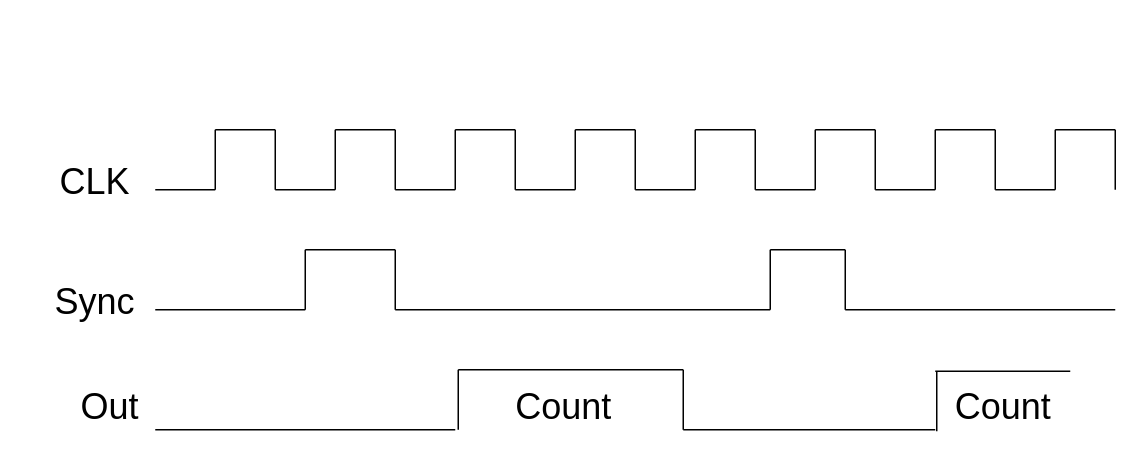
Above: Diagrams/syncs.drawio in sabarioded/Patterns_Project (draw.io), before the change. Source tidied: cells renumbered, new cells numbered last; positions are measured from the earlier drawing's top-left corner, leaving out a move shared by most shapes. Both pictures are drawn from the tidied source at 150%, with x=0, y=0 at pixel (50, 129).
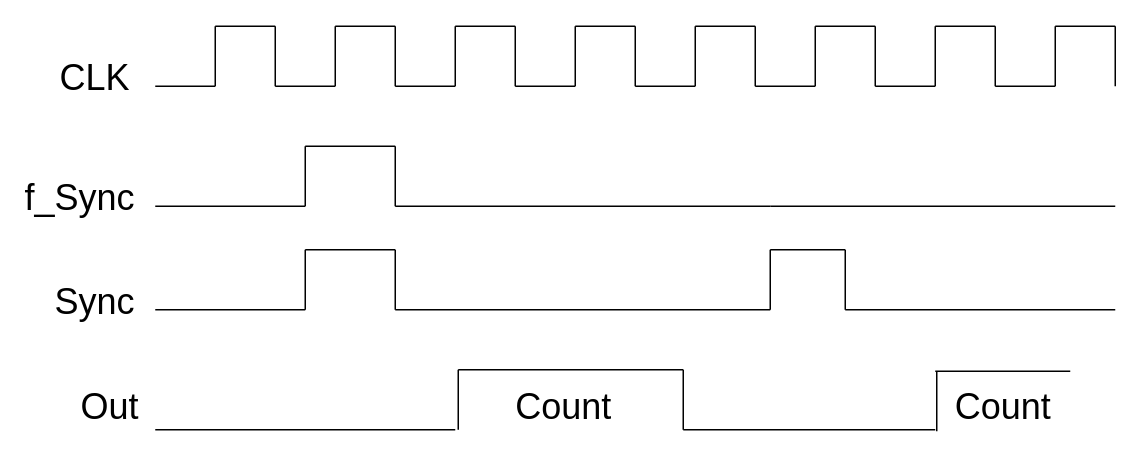
The same diagram, later.

The edit, as a diff of the source:
```diff
@@
     <mxCell id="2" style="endArrow=none;html=1;rounded=0;" parent="1" edge="1">
       <mxGeometry relative="1" as="geometry">
-        <mxPoint x="70" y="40" as="sourcePoint" />
-        <mxPoint x="110" y="40" as="targetPoint" />
+        <mxPoint x="70" y="-29" as="sourcePoint" />
+        <mxPoint x="110" y="-29" as="targetPoint" />
       </mxGeometry>
     </mxCell>
     <mxCell id="3" style="endArrow=none;html=1;rounded=0;" parent="1" edge="1">
       <mxGeometry relative="1" as="geometry">
-        <mxPoint x="110" y="40" as="sourcePoint" />
-        <mxPoint x="110" as="targetPoint" />
+        <mxPoint x="110" y="-29" as="sourcePoint" />
+        <mxPoint x="110" y="-69" as="targetPoint" />
       </mxGeometry>
     </mxCell>
     <mxCell id="4" style="endArrow=none;html=1;rounded=0;" parent="1" edge="1">
       <mxGeometry relative="1" as="geometry">
-        <mxPoint x="110" as="sourcePoint" />
-        <mxPoint x="150" as="targetPoint" />
+        <mxPoint x="110" y="-69" as="sourcePoint" />
+        <mxPoint x="150" y="-69" as="targetPoint" />
       </mxGeometry>
     </mxCell>
     <mxCell id="5" style="endArrow=none;html=1;rounded=0;" parent="1" edge="1">
       <mxGeometry relative="1" as="geometry">
-        <mxPoint x="150" y="40" as="sourcePoint" />
-        <mxPoint x="150" as="targetPoint" />
+        <mxPoint x="150" y="-29" as="sourcePoint" />
+        <mxPoint x="150" y="-69" as="targetPoint" />
       </mxGeometry>
     </mxCell>
     <mxCell id="6" style="endArrow=none;html=1;rounded=0;" parent="1" edge="1">
       <mxGeometry relative="1" as="geometry">
-        <mxPoint x="150" y="40" as="sourcePoint" />
-        <mxPoint x="190" y="40" as="targetPoint" />
+        <mxPoint x="150" y="-29" as="sourcePoint" />
+        <mxPoint x="190" y="-29" as="targetPoint" />
       </mxGeometry>
     </mxCell>
     <mxCell id="7" style="endArrow=none;html=1;rounded=0;" parent="1" edge="1">
       <mxGeometry relative="1" as="geometry">
-        <mxPoint x="190" y="40" as="sourcePoint" />
-        <mxPoint x="190" as="targetPoint" />
+        <mxPoint x="190" y="-29" as="sourcePoint" />
+        <mxPoint x="190" y="-69" as="targetPoint" />
       </mxGeometry>
     </mxCell>
     <mxCell id="8" style="endArrow=none;html=1;rounded=0;" parent="1" edge="1">
       <mxGeometry relative="1" as="geometry">
-        <mxPoint x="190" as="sourcePoint" />
-        <mxPoint x="230" as="targetPoint" />
+        <mxPoint x="190" y="-69" as="sourcePoint" />
+        <mxPoint x="230" y="-69" as="targetPoint" />
       </mxGeometry>
     </mxCell>
     <mxCell id="9" style="endArrow=none;html=1;rounded=0;" parent="1" edge="1">
       <mxGeometry relative="1" as="geometry">
-        <mxPoint x="230" y="40" as="sourcePoint" />
-        <mxPoint x="230" as="targetPoint" />
+        <mxPoint x="230" y="-29" as="sourcePoint" />
+        <mxPoint x="230" y="-69" as="targetPoint" />
       </mxGeometry>
     </mxCell>
     <mxCell id="10" style="endArrow=none;html=1;rounded=0;" parent="1" edge="1">
       <mxGeometry relative="1" as="geometry">
-        <mxPoint x="230" y="40" as="sourcePoint" />
-        <mxPoint x="270" y="40" as="targetPoint" />
+        <mxPoint x="230" y="-29" as="sourcePoint" />
+        <mxPoint x="270" y="-29" as="targetPoint" />
       </mxGeometry>
     </mxCell>
     <mxCell id="11" style="endArrow=none;html=1;rounded=0;" parent="1" edge="1">
       <mxGeometry relative="1" as="geometry">
-        <mxPoint x="270" y="40" as="sourcePoint" />
-        <mxPoint x="270" as="targetPoint" />
+        <mxPoint x="270" y="-29" as="sourcePoint" />
+        <mxPoint x="270" y="-69" as="targetPoint" />
       </mxGeometry>
     </mxCell>
     <mxCell id="12" style="endArrow=none;html=1;rounded=0;" parent="1" edge="1">
       <mxGeometry relative="1" as="geometry">
-        <mxPoint x="270" as="sourcePoint" />
-        <mxPoint x="310" as="targetPoint" />
+        <mxPoint x="270" y="-69" as="sourcePoint" />
+        <mxPoint x="310" y="-69" as="targetPoint" />
       </mxGeometry>
     </mxCell>
     <mxCell id="13" style="endArrow=none;html=1;rounded=0;" parent="1" edge="1">
       <mxGeometry relative="1" as="geometry">
-        <mxPoint x="310" y="40" as="sourcePoint" />
-        <mxPoint x="310" as="targetPoint" />
+        <mxPoint x="310" y="-29" as="sourcePoint" />
+        <mxPoint x="310" y="-69" as="targetPoint" />
       </mxGeometry>
     </mxCell>
     <mxCell id="14" style="endArrow=none;html=1;rounded=0;" parent="1" edge="1">
       <mxGeometry relative="1" as="geometry">
-        <mxPoint x="310" y="40" as="sourcePoint" />
-        <mxPoint x="350" y="40" as="targetPoint" />
+        <mxPoint x="310" y="-29" as="sourcePoint" />
+        <mxPoint x="350" y="-29" as="targetPoint" />
       </mxGeometry>
     </mxCell>
     <mxCell id="15" style="endArrow=none;html=1;rounded=0;" parent="1" edge="1">
       <mxGeometry relative="1" as="geometry">
-        <mxPoint x="350" y="40" as="sourcePoint" />
-        <mxPoint x="350" as="targetPoint" />
+        <mxPoint x="350" y="-29" as="sourcePoint" />
+        <mxPoint x="350" y="-69" as="targetPoint" />
       </mxGeometry>
     </mxCell>
     <mxCell id="16" style="endArrow=none;html=1;rounded=0;" parent="1" edge="1">
       <mxGeometry relative="1" as="geometry">
-        <mxPoint x="350" as="sourcePoint" />
-        <mxPoint x="390" as="targetPoint" />
+        <mxPoint x="350" y="-69" as="sourcePoint" />
+        <mxPoint x="390" y="-69" as="targetPoint" />
       </mxGeometry>
     </mxCell>
     <mxCell id="17" style="endArrow=none;html=1;rounded=0;" parent="1" edge="1">
       <mxGeometry relative="1" as="geometry">
-        <mxPoint x="390" y="40" as="sourcePoint" />
-        <mxPoint x="390" as="targetPoint" />
+        <mxPoint x="390" y="-29" as="sourcePoint" />
+        <mxPoint x="390" y="-69" as="targetPoint" />
       </mxGeometry>
     </mxCell>
     <mxCell id="18" style="endArrow=none;html=1;rounded=0;" parent="1" edge="1">
       <mxGeometry relative="1" as="geometry">
-        <mxPoint x="390" y="40" as="sourcePoint" />
-        <mxPoint x="430" y="40" as="targetPoint" />
+        <mxPoint x="390" y="-29" as="sourcePoint" />
+        <mxPoint x="430" y="-29" as="targetPoint" />
       </mxGeometry>
     </mxCell>
     <mxCell id="19" style="endArrow=none;html=1;rounded=0;" parent="1" edge="1">
       <mxGeometry relative="1" as="geometry">
-        <mxPoint x="430" y="40" as="sourcePoint" />
-        <mxPoint x="430" as="targetPoint" />
+        <mxPoint x="430" y="-29" as="sourcePoint" />
+        <mxPoint x="430" y="-69" as="targetPoint" />
       </mxGeometry>
     </mxCell>
     <mxCell id="20" style="endArrow=none;html=1;rounded=0;" parent="1" edge="1">
       <mxGeometry relative="1" as="geometry">
-        <mxPoint x="430" as="sourcePoint" />
-        <mxPoint x="470" as="targetPoint" />
+        <mxPoint x="430" y="-69" as="sourcePoint" />
+        <mxPoint x="470" y="-69" as="targetPoint" />
       </mxGeometry>
     </mxCell>
     <mxCell id="21" style="endArrow=none;html=1;rounded=0;" parent="1" edge="1">
       <mxGeometry relative="1" as="geometry">
-        <mxPoint x="470" y="40" as="sourcePoint" />
-        <mxPoint x="470" as="targetPoint" />
+        <mxPoint x="470" y="-29" as="sourcePoint" />
+        <mxPoint x="470" y="-69" as="targetPoint" />
       </mxGeometry>
     </mxCell>
     <mxCell id="22" style="endArrow=none;html=1;rounded=0;" parent="1" edge="1">
       <mxGeometry relative="1" as="geometry">
-        <mxPoint x="470" y="40" as="sourcePoint" />
-        <mxPoint x="510" y="40" as="targetPoint" />
+        <mxPoint x="470" y="-29" as="sourcePoint" />
+        <mxPoint x="510" y="-29" as="targetPoint" />
       </mxGeometry>
     </mxCell>
     <mxCell id="23" style="endArrow=none;html=1;rounded=0;" parent="1" edge="1">
       <mxGeometry relative="1" as="geometry">
-        <mxPoint x="510" y="40" as="sourcePoint" />
-        <mxPoint x="510" as="targetPoint" />
+        <mxPoint x="510" y="-29" as="sourcePoint" />
+        <mxPoint x="510" y="-69" as="targetPoint" />
       </mxGeometry>
     </mxCell>
     <mxCell id="24" style="endArrow=none;html=1;rounded=0;" parent="1" edge="1">
       <mxGeometry relative="1" as="geometry">
-        <mxPoint x="510" as="sourcePoint" />
-        <mxPoint x="550" as="targetPoint" />
+        <mxPoint x="510" y="-69" as="sourcePoint" />
+        <mxPoint x="550" y="-69" as="targetPoint" />
       </mxGeometry>
     </mxCell>
     <mxCell id="25" style="endArrow=none;html=1;rounded=0;" parent="1" edge="1">
       <mxGeometry relative="1" as="geometry">
-        <mxPoint x="550" y="40" as="sourcePoint" />
-        <mxPoint x="550" as="targetPoint" />
+        <mxPoint x="550" y="-29" as="sourcePoint" />
+        <mxPoint x="550" y="-69" as="targetPoint" />
       </mxGeometry>
     </mxCell>
     <mxCell id="26" style="endArrow=none;html=1;rounded=0;" parent="1" edge="1">
       <mxGeometry relative="1" as="geometry">
-        <mxPoint x="550" y="40" as="sourcePoint" />
-        <mxPoint x="590" y="40" as="targetPoint" />
+        <mxPoint x="550" y="-29" as="sourcePoint" />
+        <mxPoint x="590" y="-29" as="targetPoint" />
       </mxGeometry>
     </mxCell>
@@
     <mxCell id="42" value="&lt;font style=&quot;font-size: 24px;&quot;&gt;CLK&lt;/font&gt;" style="text;html=1;align=center;verticalAlign=middle;whiteSpace=wrap;rounded=0;" parent="1" vertex="1">
-      <mxGeometry y="20" width="60" height="30" as="geometry" />
+      <mxGeometry y="-49" width="60" height="30" as="geometry" />
     </mxCell>
     <mxCell id="43" style="endArrow=none;html=1;rounded=0;" parent="1" edge="1">
       <mxGeometry relative="1" as="geometry">
-        <mxPoint x="590" y="40" as="sourcePoint" />
-        <mxPoint x="590" as="targetPoint" />
+        <mxPoint x="590" y="-29" as="sourcePoint" />
+        <mxPoint x="590" y="-69" as="targetPoint" />
       </mxGeometry>
     </mxCell>
     <mxCell id="44" style="endArrow=none;html=1;rounded=0;" parent="1" edge="1">
       <mxGeometry relative="1" as="geometry">
-        <mxPoint x="590" as="sourcePoint" />
-        <mxPoint x="630" as="targetPoint" />
+        <mxPoint x="590" y="-69" as="sourcePoint" />
+        <mxPoint x="630" y="-69" as="targetPoint" />
       </mxGeometry>
     </mxCell>
     <mxCell id="45" style="endArrow=none;html=1;rounded=0;" parent="1" edge="1">
       <mxGeometry relative="1" as="geometry">
-        <mxPoint x="630" y="40" as="sourcePoint" />
-        <mxPoint x="630" as="targetPoint" />
+        <mxPoint x="630" y="-29" as="sourcePoint" />
+        <mxPoint x="630" y="-69" as="targetPoint" />
       </mxGeometry>
     </mxCell>
     <mxCell id="46" style="endArrow=none;html=1;rounded=0;" parent="1" edge="1">
       <mxGeometry relative="1" as="geometry">
-        <mxPoint x="630" y="40" as="sourcePoint" />
-        <mxPoint x="670" y="40" as="targetPoint" />
+        <mxPoint x="630" y="-29" as="sourcePoint" />
+        <mxPoint x="670" y="-29" as="targetPoint" />
       </mxGeometry>
     </mxCell>
     <mxCell id="47" style="endArrow=none;html=1;rounded=0;" parent="1" edge="1">
       <mxGeometry relative="1" as="geometry">
-        <mxPoint x="670" y="40" as="sourcePoint" />
-        <mxPoint x="670" as="targetPoint" />
+        <mxPoint x="670" y="-29" as="sourcePoint" />
+        <mxPoint x="670" y="-69" as="targetPoint" />
       </mxGeometry>
     </mxCell>
     <mxCell id="48" style="endArrow=none;html=1;rounded=0;" parent="1" edge="1">
       <mxGeometry relative="1" as="geometry">
-        <mxPoint x="670" as="sourcePoint" />
-        <mxPoint x="710" as="targetPoint" />
+        <mxPoint x="670" y="-69" as="sourcePoint" />
+        <mxPoint x="710" y="-69" as="targetPoint" />
       </mxGeometry>
     </mxCell>
     <mxCell id="49" style="endArrow=none;html=1;rounded=0;" parent="1" edge="1">
       <mxGeometry relative="1" as="geometry">
-        <mxPoint x="710" y="40" as="sourcePoint" />
-        <mxPoint x="710" as="targetPoint" />
+        <mxPoint x="710" y="-29" as="sourcePoint" />
+        <mxPoint x="710" y="-69" as="targetPoint" />
       </mxGeometry>
     </mxCell>
@@
+    <mxCell id="55" style="endArrow=none;html=1;rounded=0;" parent="1" edge="1">
+      <mxGeometry relative="1" as="geometry">
+        <mxPoint x="70" y="51" as="sourcePoint" />
+        <mxPoint x="170" y="51" as="targetPoint" />
+      </mxGeometry>
+    </mxCell>
+    <mxCell id="56" style="endArrow=none;html=1;rounded=0;" parent="1" edge="1">
+      <mxGeometry relative="1" as="geometry">
+        <mxPoint x="170" y="51" as="sourcePoint" />
+        <mxPoint x="170" y="11" as="targetPoint" />
+      </mxGeometry>
+    </mxCell>
+    <mxCell id="57" style="endArrow=none;html=1;rounded=0;" parent="1" edge="1">
+      <mxGeometry relative="1" as="geometry">
+        <mxPoint x="170" y="11" as="sourcePoint" />
+        <mxPoint x="230" y="11" as="targetPoint" />
+      </mxGeometry>
+    </mxCell>
+    <mxCell id="58" style="endArrow=none;html=1;rounded=0;" parent="1" edge="1">
+      <mxGeometry relative="1" as="geometry">
+        <mxPoint x="230" y="51" as="sourcePoint" />
+        <mxPoint x="230" y="11" as="targetPoint" />
+      </mxGeometry>
+    </mxCell>
+    <mxCell id="59" style="endArrow=none;html=1;rounded=0;" parent="1" edge="1">
+      <mxGeometry relative="1" as="geometry">
+        <mxPoint x="230" y="51" as="sourcePoint" />
+        <mxPoint x="480" y="51" as="targetPoint" />
+      </mxGeometry>
+    </mxCell>
+    <mxCell id="60" style="endArrow=none;html=1;rounded=0;" parent="1" edge="1">
+      <mxGeometry relative="1" as="geometry">
+        <mxPoint x="480" y="51" as="sourcePoint" />
+        <mxPoint x="710" y="51" as="targetPoint" />
+      </mxGeometry>
+    </mxCell>
+    <mxCell id="61" value="&lt;font style=&quot;font-size: 24px;&quot;&gt;f_Sync&lt;/font&gt;" style="text;html=1;align=center;verticalAlign=middle;whiteSpace=wrap;rounded=0;" parent="1" vertex="1">
+      <mxGeometry x="-10" y="31" width="60" height="30" as="geometry" />
+    </mxCell>
```
